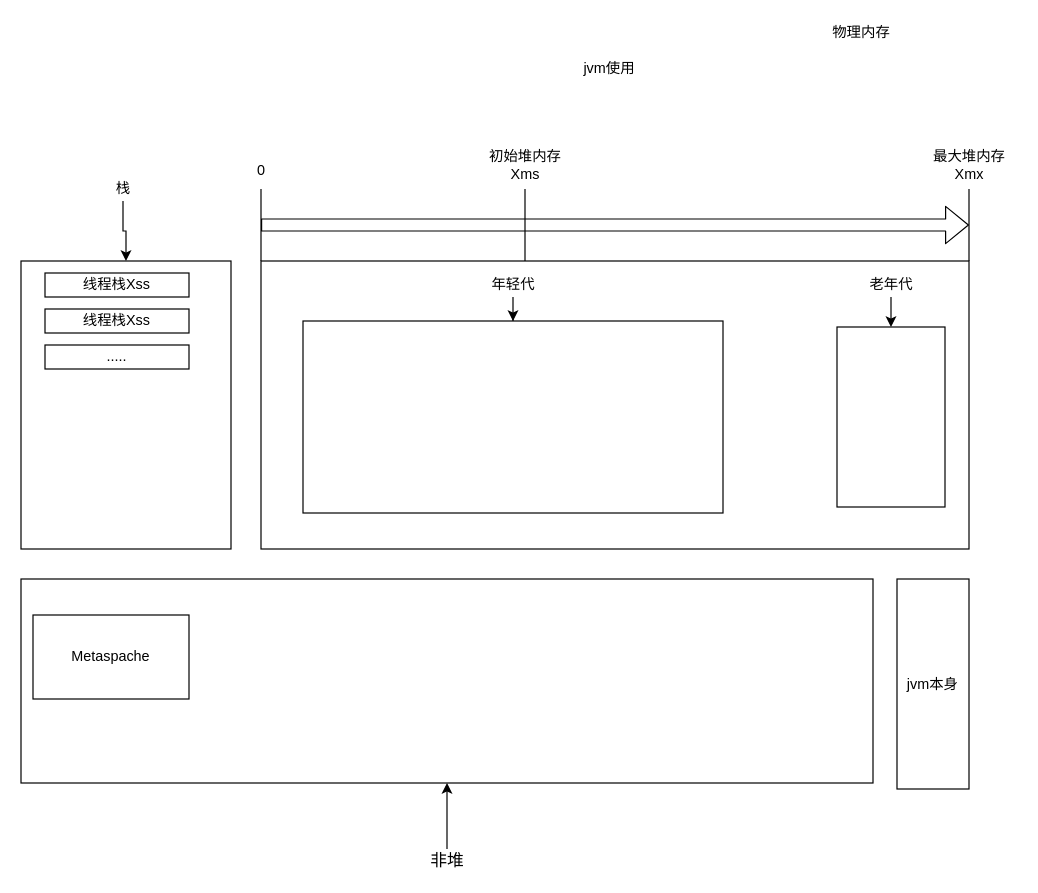
z1035168143z/JAVA-01 keeps this draw.io diagram as Week_01/Untitled Diagram.drawio. Above is the earlier version. Source tidied: cells renumbered, new cells numbered last; positions are measured from the earlier drawing's top-left corner, leaving out a move shared by most shapes. Both pictures are drawn from the tidied source at 120%, with x=0, y=0 at pixel (20, 20).
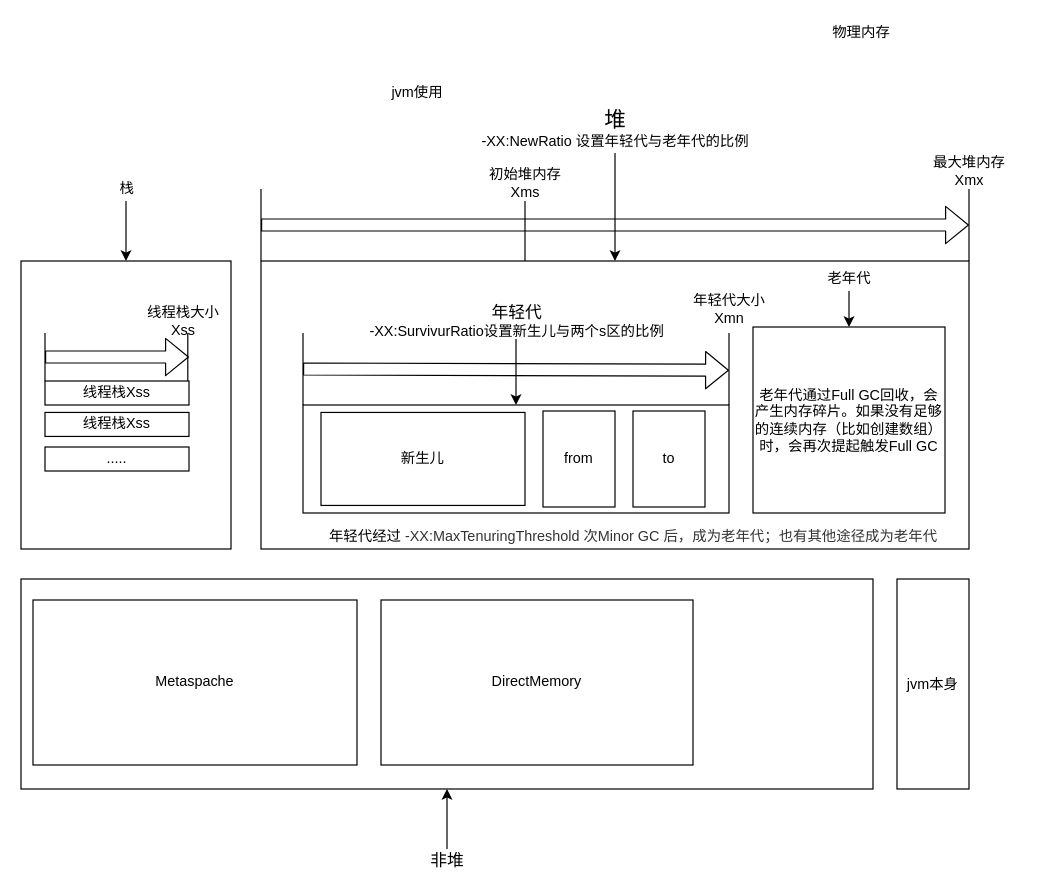
After the change.

The change refers to these unchanged cells:
```xml
<mxCell id="2" style="rounded=0;whiteSpace=wrap;html=1;" parent="1" vertex="1">
  <mxGeometry x="200" y="200" width="590" height="240" as="geometry" />
</mxCell>
```

What changed in the source:
```diff
@@
     <mxCell id="6" value="初始堆内存&lt;br&gt;Xms" style="text;html=1;align=center;verticalAlign=middle;" parent="1" vertex="1">
-      <mxGeometry x="380" y="105" width="80" height="30" as="geometry" />
+      <mxGeometry x="380" y="120" width="80" height="30" as="geometry" />
     </mxCell>
     <mxCell id="7" value="最大堆内存&lt;br&gt;Xmx" style="text;html=1;align=center;verticalAlign=middle;" parent="1" vertex="1">
-      <mxGeometry x="750" y="105" width="80" height="30" as="geometry" />
+      <mxGeometry x="750" y="110" width="80" height="30" as="geometry" />
     </mxCell>
     <mxCell id="8" style="endArrow=none;html=1;exitX=0;exitY=0;exitDx=0;exitDy=0;" parent="1" edge="1">
       <mxGeometry relative="1" as="geometry">
         <mxPoint x="420" y="200" as="sourcePoint" />
-        <mxPoint x="420" y="140" as="targetPoint" />
+        <mxPoint x="420" y="150" as="targetPoint" />
       </mxGeometry>
     </mxCell>
-    <mxCell id="9" value="0" style="text;html=1;align=center;verticalAlign=middle;" parent="1" vertex="1">
-      <mxGeometry x="190" y="115" width="20" height="20" as="geometry" />
-    </mxCell>
@@
     <mxCell id="11" value="jvm使用" style="text;html=1;align=center;verticalAlign=middle;" parent="1" vertex="1">
-      <mxGeometry x="460" y="30" width="60" height="20" as="geometry" />
+      <mxGeometry x="300" y="50" width="60" height="20" as="geometry" />
     </mxCell>
     <mxCell id="12" style="rounded=0;whiteSpace=wrap;html=1;" parent="1" vertex="1">
-      <mxGeometry y="465" width="710" height="170" as="geometry" />
+      <mxGeometry y="465" width="710" height="175" as="geometry" />
     </mxCell>
@@
     <mxCell id="15" value="Metaspache" style="whiteSpace=wrap;html=1;" parent="1" vertex="1">
-      <mxGeometry x="10" y="495" width="130" height="70" as="geometry" />
+      <mxGeometry x="10" y="482.5" width="270" height="137.5" as="geometry" />
     </mxCell>
@@
     <mxCell id="19" value="栈" style="text;html=1;align=center;verticalAlign=middle;points=[];" parent="1" vertex="1">
-      <mxGeometry x="70" y="130" width="30" height="20" as="geometry" />
+      <mxGeometry x="72.5" y="130" width="30" height="20" as="geometry" />
     </mxCell>
     <mxCell id="20" value="线程栈Xss" style="rounded=0;whiteSpace=wrap;html=1;" parent="1" vertex="1">
-      <mxGeometry x="20" y="210" width="120" height="20" as="geometry" />
+      <mxGeometry x="20" y="300" width="120" height="20" as="geometry" />
     </mxCell>
     <mxCell id="21" value="线程栈Xss" style="rounded=0;whiteSpace=wrap;html=1;" parent="1" vertex="1">
-      <mxGeometry x="20" y="240" width="120" height="20" as="geometry" />
+      <mxGeometry x="20" y="326.2" width="120" height="20" as="geometry" />
     </mxCell>
     <mxCell id="22" value="....." style="rounded=0;whiteSpace=wrap;html=1;" parent="1" vertex="1">
-      <mxGeometry x="20" y="270" width="120" height="20" as="geometry" />
+      <mxGeometry x="20" y="355" width="120" height="20" as="geometry" />
     </mxCell>
     <mxCell id="23" style="whiteSpace=wrap;html=1;" parent="1" vertex="1">
-      <mxGeometry x="235" y="250" width="350" height="160" as="geometry" />
+      <mxGeometry x="235" y="320" width="355" height="90" as="geometry" />
     </mxCell>
-    <mxCell id="24" style="whiteSpace=wrap;html=1;" parent="1" vertex="1">
-      <mxGeometry x="680" y="255" width="90" height="150" as="geometry" />
+    <mxCell id="24" value="老年代通过Full GC回收，会产生内存碎片。如果没有足够的连续内存（比如创建数组）时，会再次提起触发Full GC" style="whiteSpace=wrap;html=1;" parent="1" vertex="1">
+      <mxGeometry x="610" y="255" width="160" height="155" as="geometry" />
     </mxCell>
@@
-    <mxCell id="26" value="年轻代" style="text;html=1;align=center;verticalAlign=middle;points=[];" parent="1" vertex="1">
-      <mxGeometry x="385" y="210" width="50" height="20" as="geometry" />
+    <mxCell id="26" value="&lt;font style=&quot;font-size: 14px&quot;&gt;年轻代&lt;/font&gt;&lt;br&gt;-XX:SurvivurRatio设置新生儿与两个s区的比例" style="text;html=1;align=center;verticalAlign=middle;points=[];" parent="1" vertex="1">
+      <mxGeometry x="282.5" y="235" width="260" height="30" as="geometry" />
     </mxCell>
@@
     <mxCell id="28" value="老年代" style="text;html=1;align=center;verticalAlign=middle;points=[];" parent="1" vertex="1">
-      <mxGeometry x="700" y="210" width="50" height="20" as="geometry" />
+      <mxGeometry x="665" y="205" width="50" height="20" as="geometry" />
     </mxCell>
+    <mxCell id="29" style="endArrow=none;html=1;exitX=0;exitY=0;exitDx=0;exitDy=0;" parent="1" edge="1">
+      <mxGeometry relative="1" as="geometry">
+        <mxPoint x="235" y="320" as="sourcePoint" />
+        <mxPoint x="235" y="260" as="targetPoint" />
+      </mxGeometry>
+    </mxCell>
+    <mxCell id="30" style="endArrow=none;html=1;exitX=0;exitY=0;exitDx=0;exitDy=0;" parent="1" edge="1">
+      <mxGeometry relative="1" as="geometry">
+        <mxPoint x="590" y="320" as="sourcePoint" />
+        <mxPoint x="590" y="260" as="targetPoint" />
+      </mxGeometry>
+    </mxCell>
+    <mxCell id="31" style="shape=flexArrow;endArrow=classic;html=1;" parent="1" edge="1">
+      <mxGeometry relative="1" as="geometry">
+        <mxPoint x="235" y="290" as="sourcePoint" />
+        <mxPoint x="590" y="291" as="targetPoint" />
+      </mxGeometry>
+    </mxCell>
+    <mxCell id="32" value="年轻代大小&lt;br&gt;Xmn&lt;br&gt;" style="text;html=1;align=center;verticalAlign=middle;" parent="1" vertex="1">
+      <mxGeometry x="550" y="225" width="80" height="30" as="geometry" />
+    </mxCell>
+    <mxCell id="33" value="from" style="whiteSpace=wrap;html=1;" parent="1" vertex="1">
+      <mxGeometry x="435" y="325" width="60" height="80" as="geometry" />
+    </mxCell>
+    <mxCell id="34" value="to" style="whiteSpace=wrap;html=1;" parent="1" vertex="1">
+      <mxGeometry x="510" y="325" width="60" height="80" as="geometry" />
+    </mxCell>
+    <mxCell id="35" value="新生儿" style="whiteSpace=wrap;html=1;" parent="1" vertex="1">
+      <mxGeometry x="250" y="326.2" width="170" height="77.5" as="geometry" />
+    </mxCell>
+    <mxCell id="36" style="edgeStyle=orthogonalEdgeStyle;rounded=0;jettySize=auto;html=1;" parent="1" edge="1" source="37" target="2">
+      <mxGeometry relative="1" as="geometry" />
+    </mxCell>
+    <mxCell id="37" value="&lt;font style=&quot;font-size: 18px&quot;&gt;堆&lt;/font&gt;&lt;br&gt;-XX:NewRatio 设置年轻代与老年代的比例" style="text;html=1;align=center;verticalAlign=middle;points=[];" parent="1" vertex="1">
+      <mxGeometry x="375" y="70" width="240" height="40" as="geometry" />
+    </mxCell>
+    <mxCell id="38" value="年轻代经过&lt;font style=&quot;font-size: 12px&quot;&gt;&amp;nbsp;&lt;span style=&quot;color: rgb(51 , 51 , 51) ; font-family: &amp;#34;microsoft yahei&amp;#34; ; background-color: rgb(255 , 255 , 255)&quot;&gt;-XX:MaxTenuringThreshold 次&lt;/span&gt;&lt;span style=&quot;color: rgb(51 , 51 , 51) ; font-family: &amp;#34;microsoft yahei&amp;#34; ; background-color: rgb(255 , 255 , 255)&quot;&gt;Minor GC 后，成为老年代；也有其他途径成为老年代&lt;/span&gt;&lt;/font&gt;" style="text;html=1;align=center;verticalAlign=middle;" parent="1" vertex="1">
+      <mxGeometry x="240" y="420" width="540" height="20" as="geometry" />
+    </mxCell>
+    <mxCell id="39" value="DirectMemory" style="whiteSpace=wrap;html=1;" parent="1" vertex="1">
+      <mxGeometry x="300" y="482.5" width="260" height="137.5" as="geometry" />
+    </mxCell>
+    <mxCell id="40" style="endArrow=none;html=1;exitX=0;exitY=0;exitDx=0;exitDy=0;" parent="1" edge="1">
+      <mxGeometry relative="1" as="geometry">
+        <mxPoint x="20" y="300" as="sourcePoint" />
+        <mxPoint x="20" y="260" as="targetPoint" />
+      </mxGeometry>
+    </mxCell>
+    <mxCell id="41" style="endArrow=none;html=1;exitX=0;exitY=0;exitDx=0;exitDy=0;" parent="1" edge="1">
+      <mxGeometry relative="1" as="geometry">
+        <mxPoint x="139" y="300" as="sourcePoint" />
+        <mxPoint x="139" y="260" as="targetPoint" />
+      </mxGeometry>
+    </mxCell>
+    <mxCell id="42" style="shape=flexArrow;endArrow=classic;html=1;" parent="1" edge="1">
+      <mxGeometry relative="1" as="geometry">
+        <mxPoint x="20" y="280" as="sourcePoint" />
+        <mxPoint x="140" y="280" as="targetPoint" />
+      </mxGeometry>
+    </mxCell>
+    <mxCell id="43" value="线程栈大小&lt;br&gt;Xss" style="text;html=1;align=center;verticalAlign=middle;" parent="1" vertex="1">
+      <mxGeometry x="95" y="235" width="80" height="30" as="geometry" />
+    </mxCell>
```
